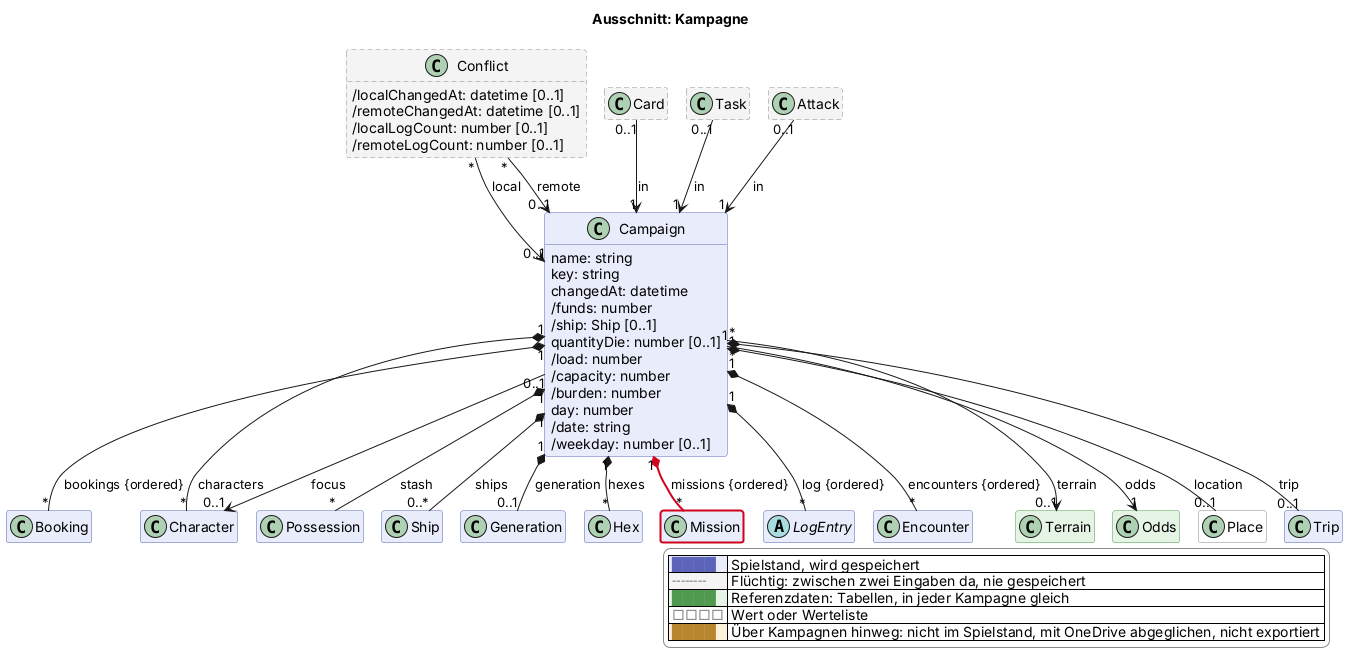
scuzzar/SRE keeps this PlantUML diagram as docs/views/kampagne.png. Above is the earlier version.
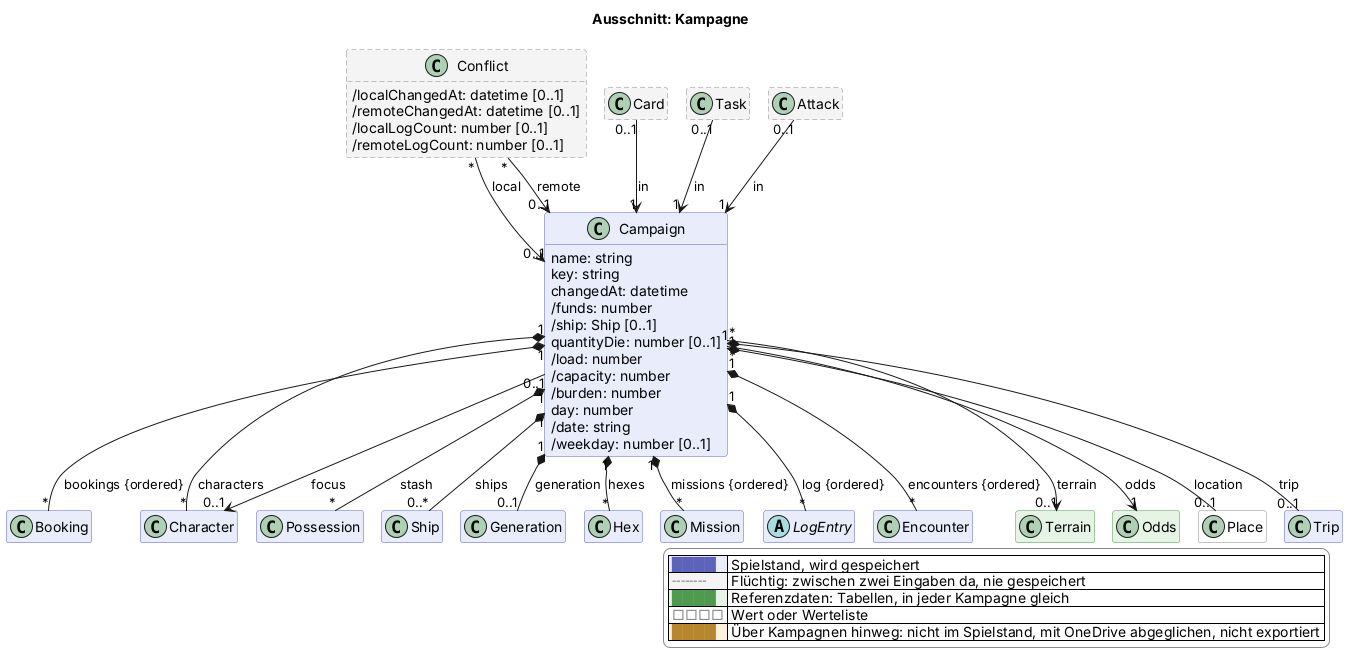
After the change.

What changed in the source:
```diff
@@ -93,7 +93,7 @@
 
   class Hex $sektor
 
-  class Mission $mission $newClass("2026-11-18")
+  class Mission $mission
 
   abstract class LogEntry $probe
 
@@ -127,7 +127,7 @@
 
 
 Campaign "1" *-- "0..1" Generation : generation
-Campaign "1" *-$newArrow("2026-11-18")- "*" Mission : missions {ordered}
+Campaign "1" *-- "*" Mission : missions {ordered}
 
 
 Campaign "1" *-- "*" Hex : hexes
```
